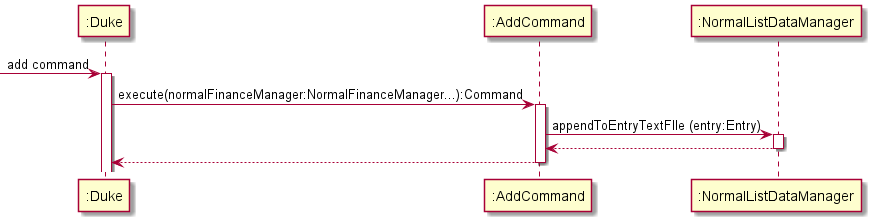
This is docs/images/Storage.png from yanjia1777/tp, a PlantUML export, as it was before one commit.
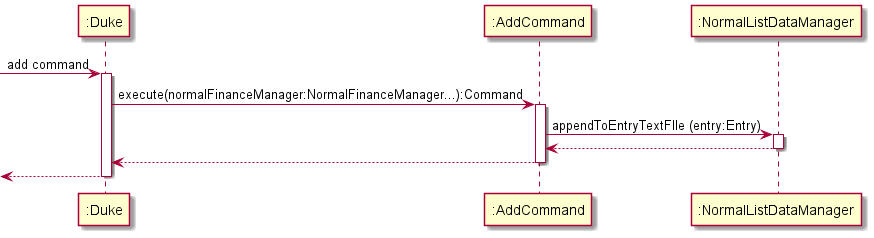
Above is the later version.

Commit message:
edited puml diagram to reflect duke activation bar properly

Diff of the diagram source:
```diff
@@ -13,8 +13,12 @@
 
 addCommand -> normalListDataManager : appendToEntryTextFIle (entry:Entry)
 activate normalListDataManager
+normalListDataManager --> addCommand
+deactivate normalListDataManager
 
-return
+addCommand --> duke
+deactivate addCommand
+
 return
 
 
```
